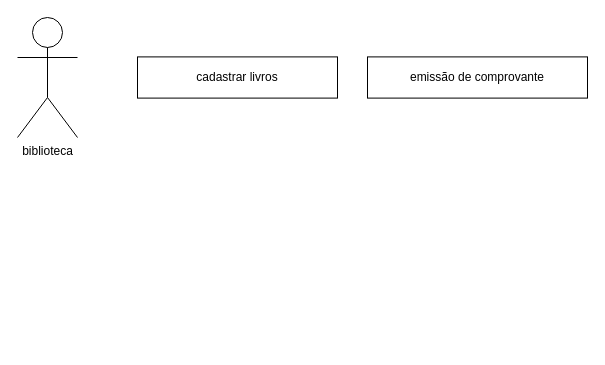
owlprog-glitch/spiritpro keeps this draw.io diagram as AnaliseSistemasII/interacao.drawio. Above is the earlier version. Source tidied: cells renumbered, new cells numbered last; positions are measured from the earlier drawing's top-left corner, leaving out a move shared by most shapes. Both pictures are drawn from the tidied source at 100%, with x=0, y=0 at pixel (17, 17).
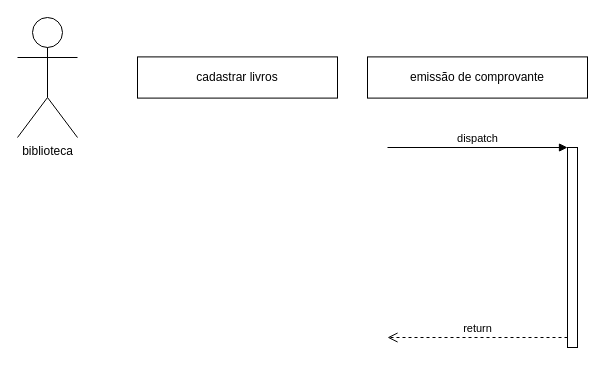
After the change.

What changed in the source:
```diff
@@
 <mxGraphModel>
   <root>
     <mxCell id="0" />
     <mxCell id="1" parent="0" />
     <mxCell id="2" value="biblioteca" style="shape=umlActor;verticalLabelPosition=bottom;verticalAlign=top;html=1;" parent="1" vertex="1">
       <mxGeometry width="60" height="120" as="geometry" />
     </mxCell>
     <mxCell id="3" value="cadastrar livros" style="rounded=0;whiteSpace=wrap;html=1;" parent="1" vertex="1">
       <mxGeometry x="120" y="39.4" width="200" height="41.2" as="geometry" />
     </mxCell>
     <mxCell id="4" value="emissão de comprovante" style="rounded=0;whiteSpace=wrap;html=1;" parent="1" vertex="1">
       <mxGeometry x="350" y="39.4" width="220" height="41.2" as="geometry" />
     </mxCell>
+    <mxCell id="5" style="html=1;points=[];perimeter=orthogonalPerimeter;" parent="1" vertex="1">
+      <mxGeometry x="550" y="130" width="10" height="200" as="geometry" />
+    </mxCell>
+    <mxCell id="6" value="dispatch" style="html=1;verticalAlign=bottom;endArrow=block;entryX=0;entryY=0;" parent="1" edge="1" target="5">
+      <mxGeometry relative="1" as="geometry">
+        <mxPoint x="370" y="130" as="sourcePoint" />
+      </mxGeometry>
+    </mxCell>
+    <mxCell id="7" value="return" style="html=1;verticalAlign=bottom;endArrow=open;dashed=1;endSize=8;exitX=0;exitY=0.95;" parent="1" edge="1" source="5">
+      <mxGeometry relative="1" as="geometry">
+        <mxPoint x="370" y="320" as="targetPoint" />
+      </mxGeometry>
+    </mxCell>
   </root>
 </mxGraphModel>
```
